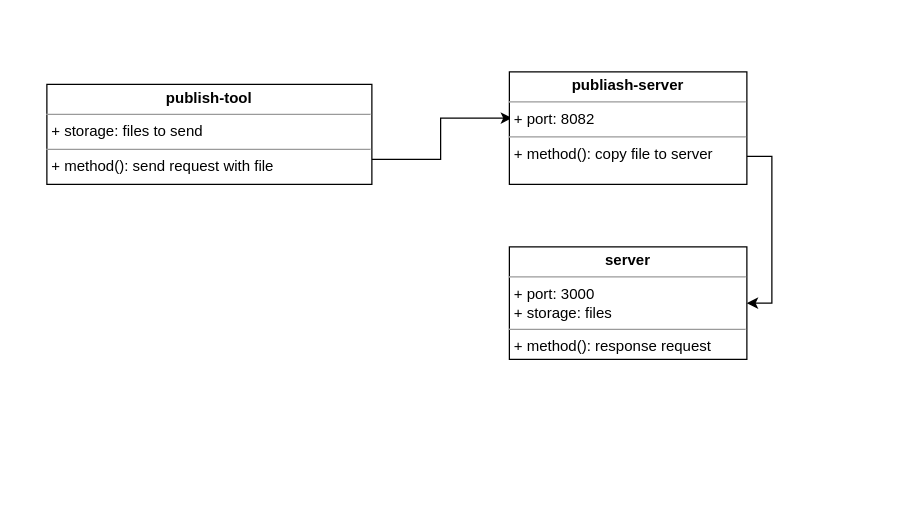
ZhangL3/Frontend-06-Template keeps this draw.io diagram as Week 19/structure.drawio. Above is the earlier version. Source tidied: cells renumbered, new cells numbered last; positions are measured from the earlier drawing's top-left corner, leaving out a move shared by most shapes. Both pictures are drawn from the tidied source at 125%, with x=0, y=0 at pixel (46, 71).
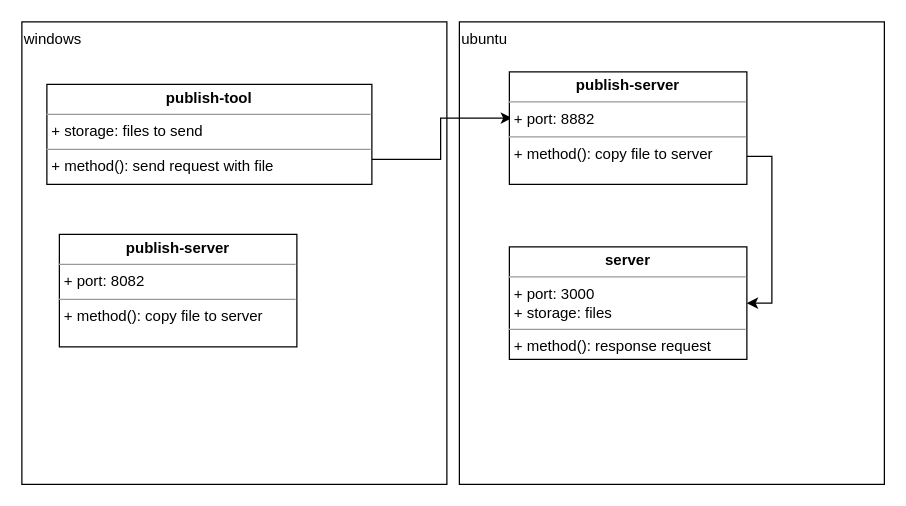
After the change.

Change to the diagram source:
```diff
@@
 <mxGraphModel>
   <root>
     <mxCell id="0" />
     <mxCell id="1" parent="0" />
+    <mxCell id="7" value="ubuntu" style="rounded=0;whiteSpace=wrap;html=1;align=left;verticalAlign=top;" parent="1" vertex="1">
+      <mxGeometry x="330" y="-40" width="340" height="370" as="geometry" />
+    </mxCell>
+    <mxCell id="8" value="windows" style="rounded=0;whiteSpace=wrap;html=1;align=left;verticalAlign=top;" parent="1" vertex="1">
+      <mxGeometry x="-20" y="-40" width="340" height="370" as="geometry" />
+    </mxCell>
     <mxCell id="2" value="&lt;p style=&quot;margin: 0px ; margin-top: 4px ; text-align: center&quot;&gt;&lt;b&gt;server&lt;/b&gt;&lt;/p&gt;&lt;hr size=&quot;1&quot;&gt;&lt;p style=&quot;margin: 0px ; margin-left: 4px&quot;&gt;+ port: 3000&lt;/p&gt;&lt;p style=&quot;margin: 0px ; margin-left: 4px&quot;&gt;+ storage: files&lt;/p&gt;&lt;hr size=&quot;1&quot;&gt;&lt;p style=&quot;margin: 0px ; margin-left: 4px&quot;&gt;+ method(): response request&lt;/p&gt;" style="verticalAlign=top;align=left;overflow=fill;fontSize=12;fontFamily=Helvetica;html=1;" parent="1" vertex="1">
       <mxGeometry x="370" y="140" width="190" height="90" as="geometry" />
     </mxCell>
     <mxCell id="3" style="edgeStyle=orthogonalEdgeStyle;rounded=0;jettySize=auto;html=1;exitX=1;exitY=0.75;exitDx=0;exitDy=0;entryX=0.011;entryY=0.411;entryDx=0;entryDy=0;entryPerimeter=0;" parent="1" edge="1" source="4" target="6">
       <mxGeometry relative="1" as="geometry" />
     </mxCell>
     <mxCell id="4" value="&lt;p style=&quot;margin: 0px ; margin-top: 4px ; text-align: center&quot;&gt;&lt;b&gt;publish-tool&lt;/b&gt;&lt;/p&gt;&lt;hr size=&quot;1&quot;&gt;&lt;p style=&quot;margin: 0px ; margin-left: 4px&quot;&gt;+ storage: files to send&lt;/p&gt;&lt;hr size=&quot;1&quot;&gt;&lt;p style=&quot;margin: 0px ; margin-left: 4px&quot;&gt;+ method(): send request with file&lt;/p&gt;" style="verticalAlign=top;align=left;overflow=fill;fontSize=12;fontFamily=Helvetica;html=1;" parent="1" vertex="1">
       <mxGeometry y="10" width="260" height="80" as="geometry" />
     </mxCell>
     <mxCell id="5" style="edgeStyle=orthogonalEdgeStyle;rounded=0;jettySize=auto;html=1;exitX=1;exitY=0.75;exitDx=0;exitDy=0;entryX=1;entryY=0.5;entryDx=0;entryDy=0;" parent="1" edge="1" source="6" target="2">
       <mxGeometry relative="1" as="geometry" />
     </mxCell>
-    <mxCell id="6" value="&lt;p style=&quot;margin: 0px ; margin-top: 4px ; text-align: center&quot;&gt;&lt;b&gt;publiash-server&lt;/b&gt;&lt;/p&gt;&lt;hr size=&quot;1&quot;&gt;&lt;p style=&quot;margin: 0px ; margin-left: 4px&quot;&gt;+ port: 8082&lt;/p&gt;&lt;hr size=&quot;1&quot;&gt;&lt;p style=&quot;margin: 0px ; margin-left: 4px&quot;&gt;+ method(): copy file to server&lt;/p&gt;" style="verticalAlign=top;align=left;overflow=fill;fontSize=12;fontFamily=Helvetica;html=1;" parent="1" vertex="1">
+    <mxCell id="6" value="&lt;p style=&quot;margin: 0px ; margin-top: 4px ; text-align: center&quot;&gt;&lt;b&gt;publish-server&lt;/b&gt;&lt;/p&gt;&lt;hr size=&quot;1&quot;&gt;&lt;p style=&quot;margin: 0px ; margin-left: 4px&quot;&gt;+ port: 8882&lt;/p&gt;&lt;hr size=&quot;1&quot;&gt;&lt;p style=&quot;margin: 0px ; margin-left: 4px&quot;&gt;+ method(): copy file to server&lt;/p&gt;" style="verticalAlign=top;align=left;overflow=fill;fontSize=12;fontFamily=Helvetica;html=1;" parent="1" vertex="1">
       <mxGeometry x="370" width="190" height="90" as="geometry" />
     </mxCell>
+    <mxCell id="9" value="&lt;p style=&quot;margin: 0px ; margin-top: 4px ; text-align: center&quot;&gt;&lt;b&gt;publish-server&lt;/b&gt;&lt;/p&gt;&lt;hr size=&quot;1&quot;&gt;&lt;p style=&quot;margin: 0px ; margin-left: 4px&quot;&gt;+ port: 8082&lt;/p&gt;&lt;hr size=&quot;1&quot;&gt;&lt;p style=&quot;margin: 0px ; margin-left: 4px&quot;&gt;+ method(): copy file to server&lt;/p&gt;" style="verticalAlign=top;align=left;overflow=fill;fontSize=12;fontFamily=Helvetica;html=1;" parent="1" vertex="1">
+      <mxGeometry x="10" y="130" width="190" height="90" as="geometry" />
+    </mxCell>
   </root>
 </mxGraphModel>
```
